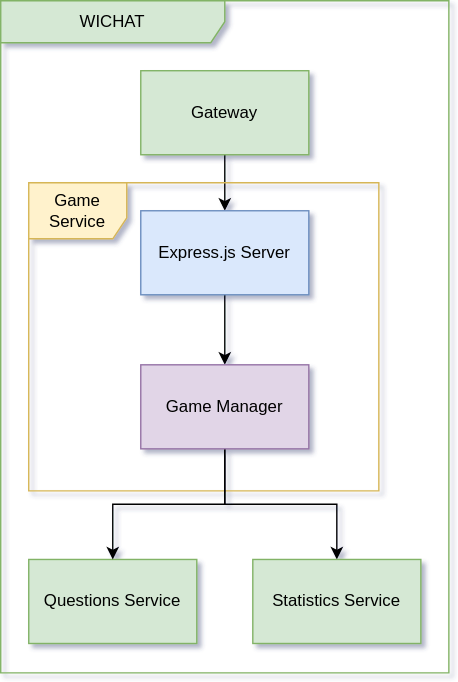
Before: docs/images/build_block_view/game_service.drawio.svg, a diagram exported from draw.io (Arquisoft/wichat_en1c). Source tidied: cells renumbered, new cells last; positions are measured from the earlier drawing's top-left corner, leaving out a move shared by most shapes.
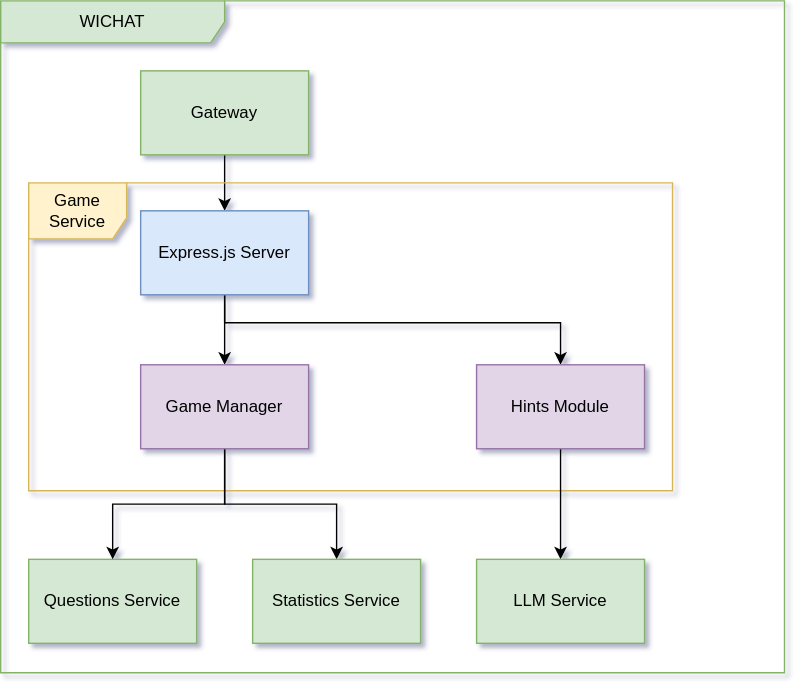
The same file after the commit.

Commit message:
docs: :bug: fixed hints design

What changed in the source:
```diff
@@ -3,37 +3,54 @@
     <mxCell id="0" />
     <mxCell id="1" parent="0" />
     <mxCell id="2" value="WICHAT" style="shape=umlFrame;whiteSpace=wrap;html=1;width=160;fillColor=#d5e8d4;strokeColor=#82b366;" parent="1" vertex="1">
-      <mxGeometry width="320" height="480" as="geometry" />
+      <mxGeometry width="560" height="480" as="geometry" />
     </mxCell>
-    <mxCell id="3" style="edgeStyle=orthogonalEdgeStyle;rounded=0;jettySize=auto;html=1;" parent="2" edge="1" source="4" target="7">
+    <mxCell id="3" style="edgeStyle=orthogonalEdgeStyle;rounded=0;jettySize=auto;html=1;" parent="2" edge="1" source="4" target="8">
       <mxGeometry relative="1" as="geometry" />
     </mxCell>
     <mxCell id="4" value="Gateway" style="rounded=0;whiteSpace=wrap;html=1;fillColor=#d5e8d4;strokeColor=#82b366;" parent="2" vertex="1">
       <mxGeometry x="100" y="50" width="120" height="60" as="geometry" />
     </mxCell>
     <mxCell id="5" value="Game Service" style="shape=umlFrame;whiteSpace=wrap;html=1;fillColor=#fff2cc;strokeColor=#d6b656;fillStyle=auto;width=70;height=40;" parent="2" vertex="1">
-      <mxGeometry x="20" y="130" width="250" height="220" as="geometry" />
+      <mxGeometry x="20" y="130" width="460" height="220" as="geometry" />
     </mxCell>
-    <mxCell id="6" style="edgeStyle=orthogonalEdgeStyle;rounded=0;jettySize=auto;html=1;" parent="2" edge="1" source="7" target="11">
+    <mxCell id="6" style="edgeStyle=orthogonalEdgeStyle;rounded=0;jettySize=auto;html=1;" parent="2" edge="1" source="8" target="12">
       <mxGeometry relative="1" as="geometry" />
     </mxCell>
-    <mxCell id="7" value="Express.js Server" style="rounded=0;whiteSpace=wrap;html=1;fillColor=#dae8fc;strokeColor=#6c8ebf;" parent="2" vertex="1">
-      <mxGeometry x="100" y="150" width="120" height="60" as="geometry" />
+    <mxCell id="7" style="edgeStyle=orthogonalEdgeStyle;rounded=0;jettySize=auto;html=1;" parent="2" edge="1" source="8" target="15">
+      <mxGeometry relative="1" as="geometry">
+        <Array as="points">
+          <mxPoint x="160" y="230" />
+          <mxPoint x="400" y="230" />
+        </Array>
+      </mxGeometry>
     </mxCell>
-    <mxCell id="8" value="Questions Service" style="rounded=0;whiteSpace=wrap;html=1;fillColor=#d5e8d4;strokeColor=#82b366;" parent="2" vertex="1">
-      <mxGeometry x="20" y="399" width="120" height="60" as="geometry" />
+    <mxCell id="8" value="Express.js Server" style="rounded=0;whiteSpace=wrap;html=1;fillColor=#dae8fc;strokeColor=#6c8ebf;" parent="2" vertex="1">
+      <mxGeometry x="100" y="150" width="120" height="60" as="geometry" />
     </mxCell>
-    <mxCell id="9" style="edgeStyle=orthogonalEdgeStyle;rounded=0;jettySize=auto;html=1;" parent="2" edge="1" source="11" target="8">
-      <mxGeometry relative="1" as="geometry" />
+    <mxCell id="9" value="Questions Service" style="rounded=0;whiteSpace=wrap;html=1;fillColor=#d5e8d4;strokeColor=#82b366;" parent="2" vertex="1">
+      <mxGeometry x="20" y="399" width="120" height="60" as="geometry" />
     </mxCell>
-    <mxCell id="10" style="edgeStyle=orthogonalEdgeStyle;rounded=0;jettySize=auto;html=1;" parent="2" edge="1" source="11" target="12">
+    <mxCell id="10" style="edgeStyle=orthogonalEdgeStyle;rounded=0;jettySize=auto;html=1;" parent="2" edge="1" source="12" target="9">
       <mxGeometry relative="1" as="geometry" />
     </mxCell>
-    <mxCell id="11" value="Game Manager" style="whiteSpace=wrap;html=1;fillColor=#e1d5e7;strokeColor=#9673a6;" parent="2" vertex="1">
-      <mxGeometry x="100" y="260" width="120" height="60" as="geometry" />
+    <mxCell id="11" style="edgeStyle=orthogonalEdgeStyle;rounded=0;jettySize=auto;html=1;" parent="2" edge="1" source="12" target="13">
+      <mxGeometry relative="1" as="geometry" />
     </mxCell>
-    <mxCell id="12" value="Statistics Service" style="rounded=0;whiteSpace=wrap;html=1;fillColor=#d5e8d4;strokeColor=#82b366;" parent="2" vertex="1">
-      <mxGeometry x="180" y="399" width="120" height="60" as="geometry" />
+    <mxCell id="12" value="Game Manager" style="whiteSpace=wrap;html=1;fillColor=#e1d5e7;strokeColor=#9673a6;" parent="2" vertex="1">
+      <mxGeometry x="100" y="260" width="120" height="60" as="geometry" />
     </mxCell>
+    <mxCell id="13" value="Statistics Service" style="rounded=0;whiteSpace=wrap;html=1;fillColor=#d5e8d4;strokeColor=#82b366;" parent="2" vertex="1">
+      <mxGeometry x="180" y="399" width="120" height="60" as="geometry" />
+    </mxCell>
+    <mxCell id="14" style="edgeStyle=orthogonalEdgeStyle;rounded=0;jettySize=auto;html=1;" parent="2" edge="1" source="15" target="16">
+      <mxGeometry relative="1" as="geometry" />
+    </mxCell>
+    <mxCell id="15" value="Hints Module" style="whiteSpace=wrap;html=1;fillColor=#e1d5e7;strokeColor=#9673a6;" parent="2" vertex="1">
+      <mxGeometry x="340" y="260" width="120" height="60" as="geometry" />
+    </mxCell>
+    <mxCell id="16" value="LLM Service" style="rounded=0;whiteSpace=wrap;html=1;fillColor=#d5e8d4;strokeColor=#82b366;" parent="2" vertex="1">
+      <mxGeometry x="340" y="399" width="120" height="60" as="geometry" />
+    </mxCell>
   </root>
 </mxGraphModel>
```
